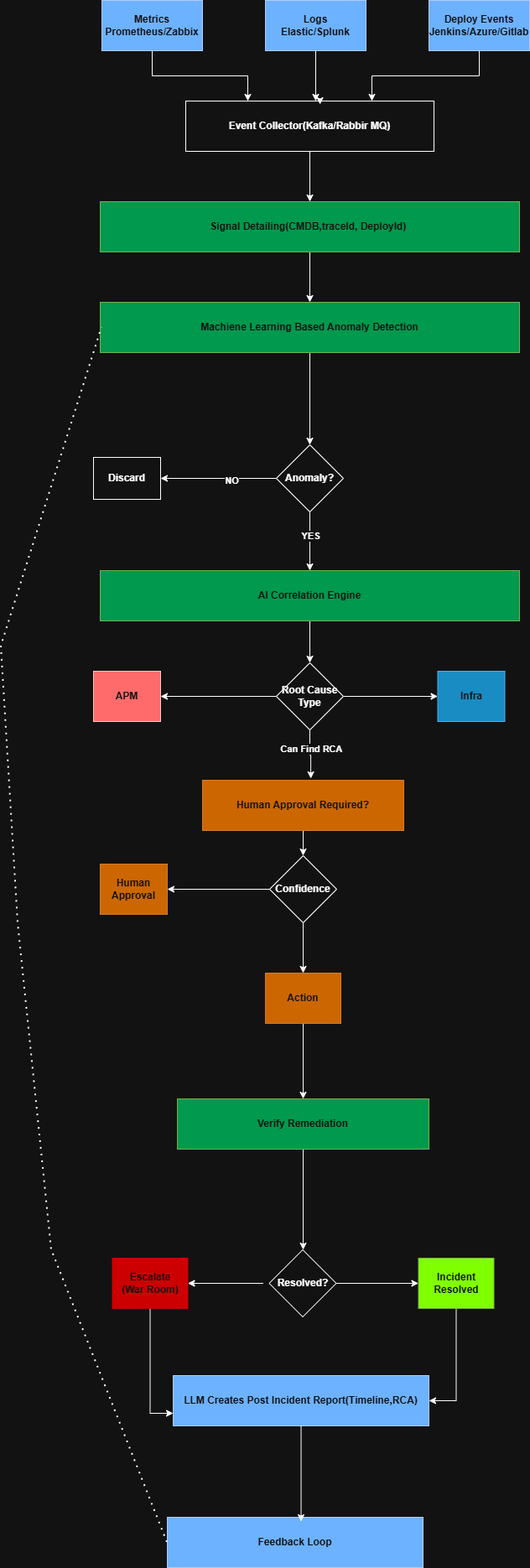
The draw.io diagram CaseStudy.drawio.png in BKarayilmaz/SisalCaseStudy, before a commit. Source tidied: cells renumbered, new cells last; positions are measured from the earlier drawing's top-left corner, leaving out a move shared by most shapes. The source it was exported from:
```xml
<mxGraphModel>
  <root>
    <mxCell id="0" />
    <mxCell id="1" parent="0" />
    <mxCell id="2" style="edgeStyle=orthogonalEdgeStyle;rounded=0;jettySize=auto;html=1;entryX=0.25;entryY=0;entryDx=0;entryDy=0;fontStyle=1;" parent="1" edge="1" source="3" target="9">
      <mxGeometry relative="1" as="geometry" />
    </mxCell>
    <mxCell id="3" value="&lt;span&gt;Metrics&lt;/span&gt;&lt;div&gt;&lt;span&gt;Prometheus/Zabbix&lt;/span&gt;&lt;/div&gt;" style="rounded=0;whiteSpace=wrap;html=1;fillColor=#0050ef;fontColor=#ffffff;strokeColor=#001DBC;fontStyle=1;" parent="1" vertex="1">
      <mxGeometry x="120" width="120" height="60" as="geometry" />
    </mxCell>
    <mxCell id="4" style="edgeStyle=orthogonalEdgeStyle;rounded=0;jettySize=auto;html=1;fontStyle=1;" parent="1" edge="1" source="5">
      <mxGeometry relative="1" as="geometry">
        <mxPoint x="375" y="120" as="targetPoint" />
      </mxGeometry>
    </mxCell>
    <mxCell id="5" value="&lt;span&gt;Logs&lt;br&gt;Elastic/Splunk&lt;/span&gt;" style="rounded=0;whiteSpace=wrap;html=1;fillColor=#0050ef;fontColor=#ffffff;strokeColor=#001DBC;fontStyle=1;" parent="1" vertex="1">
      <mxGeometry x="315" width="120" height="60" as="geometry" />
    </mxCell>
    <mxCell id="6" style="edgeStyle=orthogonalEdgeStyle;rounded=0;jettySize=auto;html=1;entryX=0.75;entryY=0;entryDx=0;entryDy=0;fontStyle=1;" parent="1" edge="1" source="7" target="9">
      <mxGeometry relative="1" as="geometry" />
    </mxCell>
    <mxCell id="7" value="&lt;span&gt;Deploy Events&lt;/span&gt;&lt;div&gt;&lt;span&gt;Jenkins/Azure/Gitlab&lt;/span&gt;&lt;/div&gt;" style="rounded=0;whiteSpace=wrap;html=1;fillColor=#0050ef;fontColor=#ffffff;strokeColor=#001DBC;fontStyle=1;" parent="1" vertex="1">
      <mxGeometry x="510" width="120" height="60" as="geometry" />
    </mxCell>
    <mxCell id="8" style="edgeStyle=orthogonalEdgeStyle;rounded=0;jettySize=auto;html=1;entryX=0.5;entryY=0;entryDx=0;entryDy=0;fontStyle=1;" parent="1" edge="1" source="9" target="11">
      <mxGeometry relative="1" as="geometry" />
    </mxCell>
    <mxCell id="9" value="Event Collector(Kafka/Rabbir MQ)" style="rounded=0;whiteSpace=wrap;html=1;fontStyle=1;" parent="1" vertex="1">
      <mxGeometry x="220" y="120" width="296" height="60" as="geometry" />
    </mxCell>
    <mxCell id="10" style="edgeStyle=orthogonalEdgeStyle;rounded=0;jettySize=auto;html=1;fontStyle=1;" parent="1" edge="1" source="11" target="13">
      <mxGeometry relative="1" as="geometry" />
    </mxCell>
    <mxCell id="11" value="Signal Detailing(CMDB,traceId, DeployId)&amp;nbsp;" style="rounded=0;whiteSpace=wrap;html=1;fillColor=light-dark(#60A917,#00994D);fontColor=#ffffff;strokeColor=#2D7600;fontStyle=1;" parent="1" vertex="1">
      <mxGeometry x="118" y="240" width="500" height="60" as="geometry" />
    </mxCell>
    <mxCell id="12" style="edgeStyle=orthogonalEdgeStyle;rounded=0;jettySize=auto;html=1;entryX=0.5;entryY=0;entryDx=0;entryDy=0;fontStyle=1;" parent="1" edge="1" source="13" target="18">
      <mxGeometry relative="1" as="geometry" />
    </mxCell>
    <mxCell id="13" value="Machiene Learning Based Anomaly Detection" style="rounded=0;whiteSpace=wrap;html=1;fillColor=light-dark(#60A917,#00994D);fontColor=#ffffff;strokeColor=#2D7600;fontStyle=1;" parent="1" vertex="1">
      <mxGeometry x="118" y="360" width="500" height="60" as="geometry" />
    </mxCell>
    <mxCell id="14" style="edgeStyle=orthogonalEdgeStyle;rounded=0;jettySize=auto;html=1;entryX=1;entryY=0.5;entryDx=0;entryDy=0;fontStyle=1;" parent="1" edge="1" source="18" target="19">
      <mxGeometry relative="1" as="geometry" />
    </mxCell>
    <mxCell id="15" value="NO" style="edgeLabel;html=1;align=center;verticalAlign=middle;fontStyle=1;" parent="14" vertex="1">
      <mxGeometry x="-0.22" y="2" relative="1" as="geometry" />
    </mxCell>
    <mxCell id="16" style="edgeStyle=orthogonalEdgeStyle;rounded=0;jettySize=auto;html=1;fontStyle=1;" parent="1" edge="1" source="18" target="21">
      <mxGeometry relative="1" as="geometry" />
    </mxCell>
    <mxCell id="17" value="YES" style="edgeLabel;html=1;align=center;verticalAlign=middle;fontStyle=1;" parent="16" vertex="1">
      <mxGeometry x="-0.2" relative="1" as="geometry" />
    </mxCell>
    <mxCell id="18" value="Anomaly?" style="rhombus;whiteSpace=wrap;html=1;fontStyle=1;" parent="1" vertex="1">
      <mxGeometry x="328" y="530" width="80" height="80" as="geometry" />
    </mxCell>
    <mxCell id="19" value="Discard" style="rounded=0;whiteSpace=wrap;html=1;fontStyle=1;" parent="1" vertex="1">
      <mxGeometry x="110" y="545" width="80" height="50" as="geometry" />
    </mxCell>
    <mxCell id="20" style="edgeStyle=orthogonalEdgeStyle;rounded=0;jettySize=auto;html=1;entryX=0.5;entryY=0;entryDx=0;entryDy=0;fontStyle=1;" parent="1" edge="1" source="21" target="24">
      <mxGeometry relative="1" as="geometry" />
    </mxCell>
    <mxCell id="21" value="AI Correlation Engine" style="rounded=0;whiteSpace=wrap;html=1;fillColor=light-dark(#60A917,#00994D);fontColor=#ffffff;strokeColor=#2D7600;fontStyle=1;" parent="1" vertex="1">
      <mxGeometry x="118" y="680" width="500" height="60" as="geometry" />
    </mxCell>
    <mxCell id="22" style="edgeStyle=orthogonalEdgeStyle;rounded=0;jettySize=auto;html=1;entryX=1;entryY=0.5;entryDx=0;entryDy=0;fontStyle=1;" parent="1" edge="1" source="24" target="25">
      <mxGeometry relative="1" as="geometry" />
    </mxCell>
    <mxCell id="23" style="edgeStyle=orthogonalEdgeStyle;rounded=0;jettySize=auto;html=1;fontStyle=1;" parent="1" edge="1" source="24" target="26">
      <mxGeometry relative="1" as="geometry" />
    </mxCell>
    <mxCell id="24" value="Root Cause Type" style="rhombus;whiteSpace=wrap;html=1;fontStyle=1;" parent="1" vertex="1">
      <mxGeometry x="328" y="790" width="80" height="80" as="geometry" />
    </mxCell>
    <mxCell id="25" value="APM" style="rounded=0;whiteSpace=wrap;html=1;fillColor=#FF4C4C;fontColor=#ffffff;strokeColor=#6F0000;fontStyle=1;" parent="1" vertex="1">
      <mxGeometry x="110" y="800" width="80" height="60" as="geometry" />
    </mxCell>
    <mxCell id="26" value="Infra" style="rounded=0;whiteSpace=wrap;html=1;fillColor=#1ba1e2;fontColor=#ffffff;strokeColor=#006EAF;fontStyle=1;" parent="1" vertex="1">
      <mxGeometry x="520.5" y="800" width="80" height="60" as="geometry" />
    </mxCell>
    <mxCell id="27" style="edgeStyle=orthogonalEdgeStyle;rounded=0;jettySize=auto;html=1;fontStyle=1;" parent="1" edge="1" source="28" target="31">
      <mxGeometry relative="1" as="geometry" />
    </mxCell>
    <mxCell id="28" value="Human Approval Required?" style="rounded=0;whiteSpace=wrap;html=1;fillColor=light-dark(#CC6600,#CC6600);fontColor=#ffffff;strokeColor=#CC6600;fontStyle=1;" parent="1" vertex="1">
      <mxGeometry x="240" y="930" width="240" height="60" as="geometry" />
    </mxCell>
    <mxCell id="29" style="edgeStyle=orthogonalEdgeStyle;rounded=0;jettySize=auto;html=1;fontStyle=1;" parent="1" edge="1" source="31" target="32">
      <mxGeometry relative="1" as="geometry" />
    </mxCell>
    <mxCell id="30" style="edgeStyle=orthogonalEdgeStyle;rounded=0;jettySize=auto;html=1;entryX=0.5;entryY=0;entryDx=0;entryDy=0;fontStyle=1;" parent="1" edge="1" source="31" target="34">
      <mxGeometry relative="1" as="geometry" />
    </mxCell>
    <mxCell id="31" value="Confidence" style="rhombus;whiteSpace=wrap;html=1;fontStyle=1;" parent="1" vertex="1">
      <mxGeometry x="320" y="1020" width="80" height="80" as="geometry" />
    </mxCell>
    <mxCell id="32" value="Human Approval" style="rounded=0;whiteSpace=wrap;html=1;fillColor=light-dark(#CC6600,#CC6600);fontColor=#ffffff;strokeColor=#CC6600;fontStyle=1;" parent="1" vertex="1">
      <mxGeometry x="118" y="1030" width="80" height="60" as="geometry" />
    </mxCell>
    <mxCell id="33" style="edgeStyle=orthogonalEdgeStyle;rounded=0;jettySize=auto;html=1;entryX=0.5;entryY=0;entryDx=0;entryDy=0;fontStyle=1;" parent="1" edge="1" source="34" target="36">
      <mxGeometry relative="1" as="geometry" />
    </mxCell>
    <mxCell id="34" value="Action" style="rounded=0;whiteSpace=wrap;html=1;fillColor=light-dark(#CC6600,#CC6600);fontColor=#ffffff;strokeColor=#CC6600;fontStyle=1;" parent="1" vertex="1">
      <mxGeometry x="315" y="1160" width="90" height="60" as="geometry" />
    </mxCell>
    <mxCell id="35" style="edgeStyle=orthogonalEdgeStyle;rounded=0;jettySize=auto;html=1;fontStyle=1;" parent="1" edge="1" source="36">
      <mxGeometry relative="1" as="geometry">
        <mxPoint x="360" y="1490" as="targetPoint" />
      </mxGeometry>
    </mxCell>
    <mxCell id="36" value="Verify Remediation" style="rounded=0;whiteSpace=wrap;html=1;fillColor=light-dark(#60A917,#00994D);fontColor=#ffffff;strokeColor=#2D7600;fontStyle=1;" parent="1" vertex="1">
      <mxGeometry x="210" y="1310" width="300" height="60" as="geometry" />
    </mxCell>
    <mxCell id="37" style="edgeStyle=orthogonalEdgeStyle;rounded=0;jettySize=auto;html=1;entryX=1;entryY=0.5;entryDx=0;entryDy=0;fontStyle=1;" parent="1" edge="1" target="41">
      <mxGeometry relative="1" as="geometry">
        <mxPoint x="312.5" y="1530" as="sourcePoint" />
      </mxGeometry>
    </mxCell>
    <mxCell id="38" style="edgeStyle=orthogonalEdgeStyle;rounded=0;jettySize=auto;html=1;fontStyle=1;" parent="1" edge="1" target="43">
      <mxGeometry relative="1" as="geometry">
        <mxPoint x="392.5" y="1530" as="sourcePoint" />
      </mxGeometry>
    </mxCell>
    <mxCell id="39" value="Resolved?" style="rhombus;whiteSpace=wrap;html=1;fontStyle=1;" parent="1" vertex="1">
      <mxGeometry x="319.5" y="1490" width="80" height="80" as="geometry" />
    </mxCell>
    <mxCell id="40" style="edgeStyle=orthogonalEdgeStyle;rounded=0;jettySize=auto;html=1;entryX=0;entryY=0.75;entryDx=0;entryDy=0;fontStyle=1;" parent="1" edge="1" source="41" target="44">
      <mxGeometry relative="1" as="geometry" />
    </mxCell>
    <mxCell id="41" value="Escalate&lt;br&gt;(War Room)" style="rounded=0;whiteSpace=wrap;html=1;fillColor=light-dark(#CC0000,#CC0000);fontColor=#ffffff;strokeColor=light-dark(#CC0000,#CC0000);fontStyle=1;" parent="1" vertex="1">
      <mxGeometry x="132.5" y="1500" width="90" height="60" as="geometry" />
    </mxCell>
    <mxCell id="42" style="edgeStyle=orthogonalEdgeStyle;rounded=0;jettySize=auto;html=1;entryX=1;entryY=0.5;entryDx=0;entryDy=0;fontStyle=1;" parent="1" edge="1" source="43" target="44">
      <mxGeometry relative="1" as="geometry" />
    </mxCell>
    <mxCell id="43" value="Incident Resolved" style="rounded=0;whiteSpace=wrap;html=1;fillColor=light-dark(#80FF00,#80FF00);fontColor=#ffffff;strokeColor=#2D7600;fontStyle=1;" parent="1" vertex="1">
      <mxGeometry x="497.5" y="1500" width="90" height="60" as="geometry" />
    </mxCell>
    <mxCell id="44" value="&lt;span&gt;LLM Creates Post Incident Report(Timeline,RCA)&lt;/span&gt;" style="rounded=0;whiteSpace=wrap;html=1;fillColor=#0050ef;fontColor=#ffffff;strokeColor=#001DBC;fontStyle=1;" parent="1" vertex="1">
      <mxGeometry x="205" y="1640" width="305" height="60" as="geometry" />
    </mxCell>
    <mxCell id="45" value="&lt;span&gt;Feedback Loop&lt;/span&gt;" style="rounded=0;whiteSpace=wrap;html=1;fillColor=#0050ef;fontColor=#ffffff;strokeColor=#001DBC;fontStyle=1;" parent="1" vertex="1">
      <mxGeometry x="198" y="1809" width="305" height="60" as="geometry" />
    </mxCell>
    <mxCell id="46" style="edgeStyle=orthogonalEdgeStyle;rounded=0;jettySize=auto;html=1;entryX=0.523;entryY=0.083;entryDx=0;entryDy=0;entryPerimeter=0;fontStyle=1;" parent="1" edge="1" source="44" target="45">
      <mxGeometry relative="1" as="geometry" />
    </mxCell>
    <mxCell id="47" style="edgeStyle=orthogonalEdgeStyle;rounded=0;orthogonalLoop=1;jettySize=auto;html=1;exitX=0.5;exitY=0;exitDx=0;exitDy=0;entryX=0.541;entryY=0.067;entryDx=0;entryDy=0;entryPerimeter=0;fontStyle=1;" parent="1" edge="1" source="9" target="9">
      <mxGeometry relative="1" as="geometry">
        <Array as="points">
          <mxPoint x="380" y="120" />
        </Array>
      </mxGeometry>
    </mxCell>
    <mxCell id="48" style="edgeStyle=orthogonalEdgeStyle;rounded=0;jettySize=auto;html=1;entryX=0.538;entryY=-0.033;entryDx=0;entryDy=0;entryPerimeter=0;fontStyle=1;" parent="1" edge="1" source="24" target="28">
      <mxGeometry relative="1" as="geometry">
        <Array as="points">
          <mxPoint x="368" y="900" />
          <mxPoint x="369" y="900" />
        </Array>
      </mxGeometry>
    </mxCell>
    <mxCell id="49" value="Can Find RCA" style="edgeLabel;html=1;align=center;verticalAlign=middle;fontStyle=1;" parent="48" vertex="1">
      <mxGeometry x="-0.26" y="1" relative="1" as="geometry" />
    </mxCell>
    <mxCell id="50" style="endArrow=none;dashed=1;html=1;dashPattern=1 3;strokeWidth=2;rounded=0;exitX=0;exitY=0.5;exitDx=0;exitDy=0;fontStyle=1;" parent="1" edge="1" source="45">
      <mxGeometry relative="1" as="geometry">
        <mxPoint x="120" y="390" as="targetPoint" />
        <Array as="points">
          <mxPoint x="60" y="1490" />
          <mxPoint x="20" y="1100" />
          <mxPoint y="770" />
        </Array>
      </mxGeometry>
    </mxCell>
  </root>
</mxGraphModel>
```
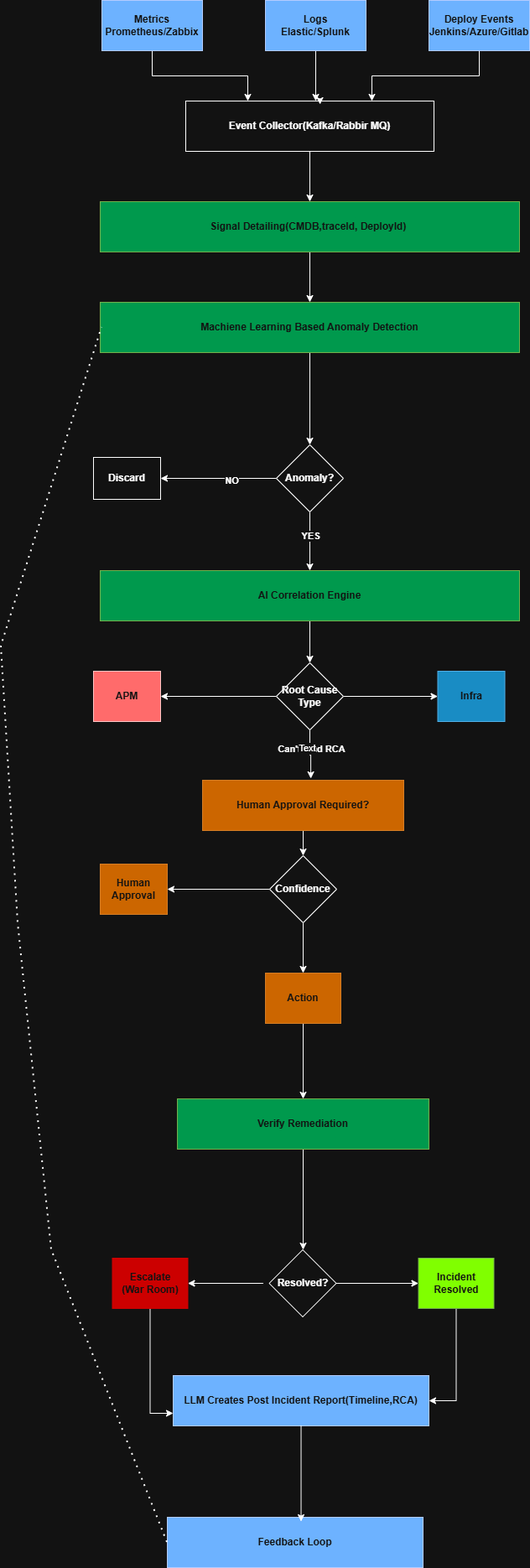
After the change.

What changed in the source:
```diff
@@ -160,9 +160,12 @@
         </Array>
       </mxGeometry>
     </mxCell>
-    <mxCell id="49" value="Can Find RCA" style="edgeLabel;html=1;align=center;verticalAlign=middle;fontStyle=1;" parent="48" vertex="1">
+    <mxCell id="49" value="Can't Find RCA" style="edgeLabel;html=1;align=center;verticalAlign=middle;fontStyle=1;" parent="48" vertex="1">
       <mxGeometry x="-0.26" y="1" relative="1" as="geometry" />
     </mxCell>
+    <mxCell id="51" value="Text" style="edgeLabel;html=1;align=center;verticalAlign=middle;" parent="48" vertex="1">
+      <mxGeometry x="-0.29" y="-4" relative="1" as="geometry" />
+    </mxCell>
     <mxCell id="50" style="endArrow=none;dashed=1;html=1;dashPattern=1 3;strokeWidth=2;rounded=0;exitX=0;exitY=0.5;exitDx=0;exitDy=0;fontStyle=1;" parent="1" edge="1" source="45">
       <mxGeometry relative="1" as="geometry">
         <mxPoint x="120" y="390" as="targetPoint" />
```
